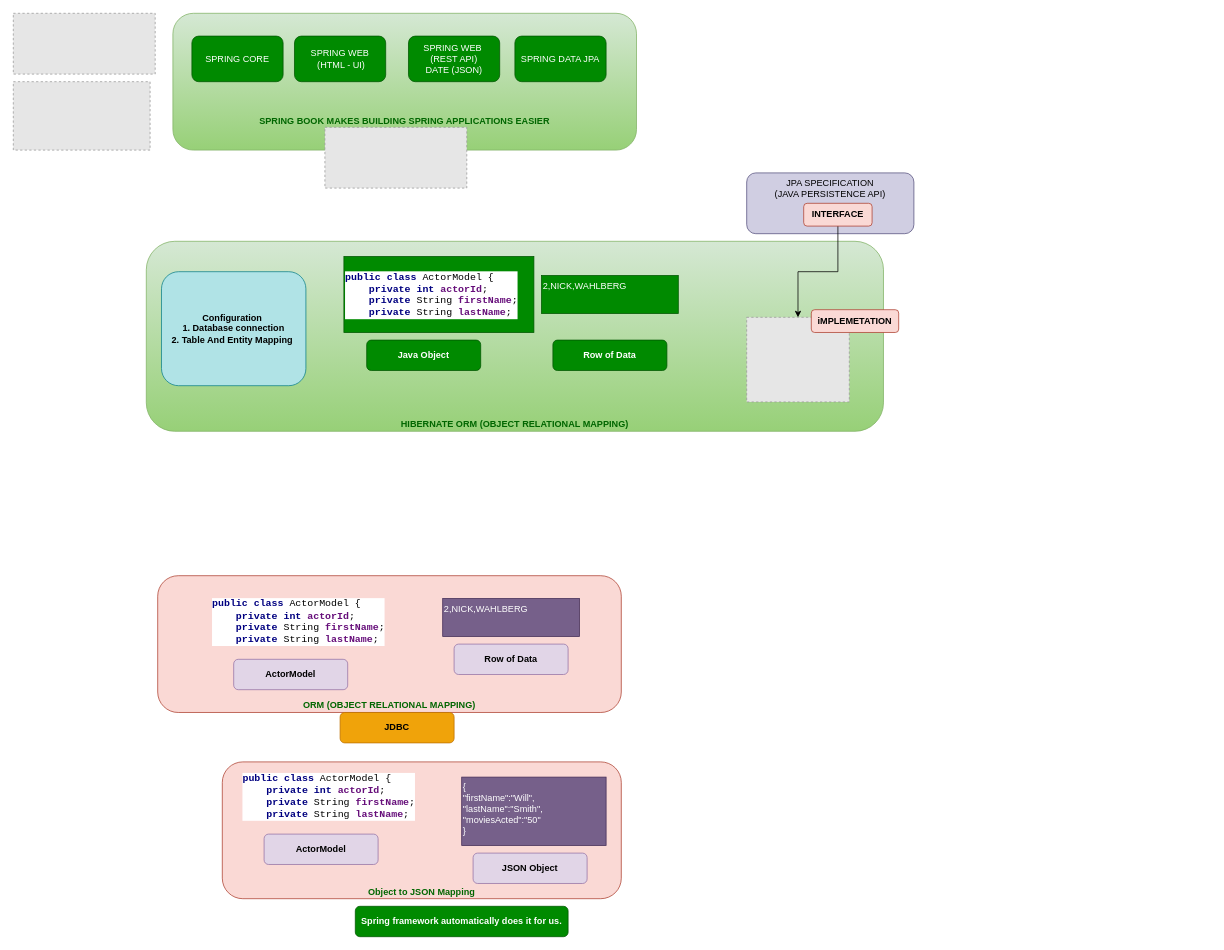
This is page "Spring Hibernate Integration" (11 of 11) of SPRING/spring.drawio from nathub071122/natGIT, a draw.io file, before an edit. Source tidied: cells renumbered, new cells numbered last; positions are measured from the earlier drawing's top-left corner, leaving out a move shared by most shapes. Both pictures are drawn from the tidied source at 76%, with x=0, y=0 at pixel (13, 13). Pictures stored in the file or linked from it are replaced by grey dashed boxes.
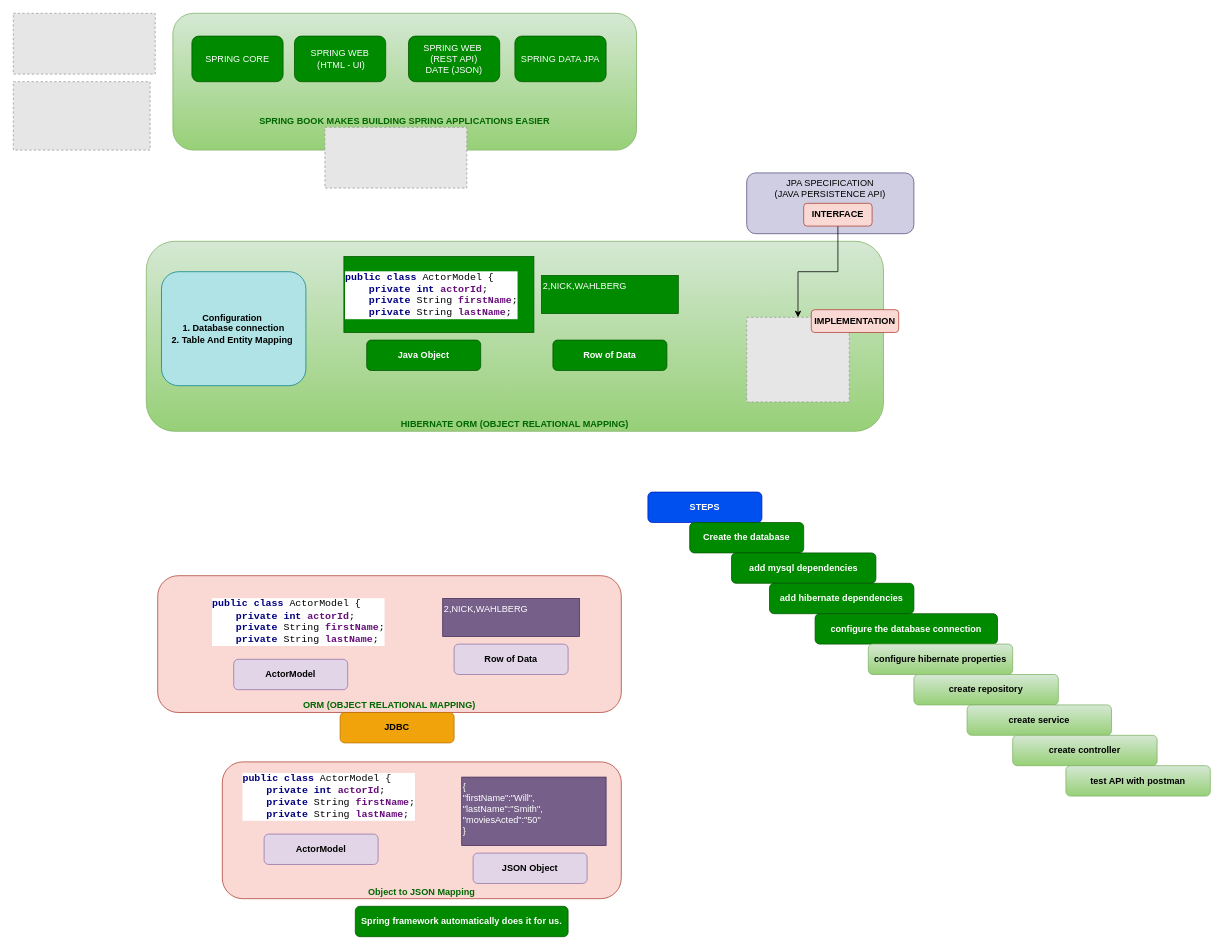
The same page after the edit.

Change to the diagram source:
```diff
@@
-    <mxCell id="32" value="iMPLEMETATION" style="rounded=1;whiteSpace=wrap;html=1;fillColor=#fad9d5;strokeColor=#ae4132;fontStyle=1;verticalAlign=middle;" parent="1" vertex="1">
+    <mxCell id="32" value="IMPLEMENTATION" style="rounded=1;whiteSpace=wrap;html=1;fillColor=#fad9d5;strokeColor=#ae4132;fontStyle=1;verticalAlign=middle;" parent="1" vertex="1">
       <mxGeometry x="1050" y="390" width="115" height="30" as="geometry" />
     </mxCell>
+    <mxCell id="33" value="STEPS" style="rounded=1;whiteSpace=wrap;html=1;fillColor=#0050ef;strokeColor=#001DBC;fontStyle=1;verticalAlign=middle;fontColor=#ffffff;" parent="1" vertex="1">
+      <mxGeometry x="835" y="630" width="150" height="40" as="geometry" />
+    </mxCell>
+    <mxCell id="34" value="Create the database" style="rounded=1;whiteSpace=wrap;html=1;fillColor=#008a00;strokeColor=#005700;fontStyle=1;verticalAlign=middle;fontColor=#ffffff;" parent="1" vertex="1">
+      <mxGeometry x="890" y="670" width="150" height="40" as="geometry" />
+    </mxCell>
+    <mxCell id="35" value="add mysql dependencies" style="rounded=1;whiteSpace=wrap;html=1;fillColor=#008a00;strokeColor=#005700;fontStyle=1;verticalAlign=middle;fontColor=#ffffff;" parent="1" vertex="1">
+      <mxGeometry x="945" y="710" width="190" height="40" as="geometry" />
+    </mxCell>
+    <mxCell id="36" value="add hibernate dependencies" style="rounded=1;whiteSpace=wrap;html=1;fillColor=#008a00;strokeColor=#005700;fontStyle=1;verticalAlign=middle;fontColor=#ffffff;" parent="1" vertex="1">
+      <mxGeometry x="995" y="750" width="190" height="40" as="geometry" />
+    </mxCell>
+    <mxCell id="37" value="configure the database connection" style="rounded=1;whiteSpace=wrap;html=1;fillColor=#008a00;strokeColor=#005700;fontStyle=1;verticalAlign=middle;fontColor=#ffffff;" parent="1" vertex="1">
+      <mxGeometry x="1055" y="790" width="240" height="40" as="geometry" />
+    </mxCell>
+    <mxCell id="38" value="configure hibernate properties" style="rounded=1;whiteSpace=wrap;html=1;fillColor=#d5e8d4;strokeColor=#82b366;fontStyle=1;verticalAlign=middle;gradientColor=#97d077;" parent="1" vertex="1">
+      <mxGeometry x="1125" y="830" width="190" height="40" as="geometry" />
+    </mxCell>
+    <mxCell id="39" value="create repository" style="rounded=1;whiteSpace=wrap;html=1;fillColor=#d5e8d4;strokeColor=#82b366;fontStyle=1;verticalAlign=middle;gradientColor=#97d077;" parent="1" vertex="1">
+      <mxGeometry x="1185" y="870" width="190" height="40" as="geometry" />
+    </mxCell>
+    <mxCell id="40" value="create service" style="rounded=1;whiteSpace=wrap;html=1;fillColor=#d5e8d4;strokeColor=#82b366;fontStyle=1;verticalAlign=middle;gradientColor=#97d077;" parent="1" vertex="1">
+      <mxGeometry x="1255" y="910" width="190" height="40" as="geometry" />
+    </mxCell>
+    <mxCell id="41" value="create controller" style="rounded=1;whiteSpace=wrap;html=1;fillColor=#d5e8d4;strokeColor=#82b366;fontStyle=1;verticalAlign=middle;gradientColor=#97d077;" parent="1" vertex="1">
+      <mxGeometry x="1315" y="950" width="190" height="40" as="geometry" />
+    </mxCell>
+    <mxCell id="42" value="test API with postman" style="rounded=1;whiteSpace=wrap;html=1;fillColor=#d5e8d4;strokeColor=#82b366;fontStyle=1;verticalAlign=middle;gradientColor=#97d077;" parent="1" vertex="1">
+      <mxGeometry x="1385" y="990" width="190" height="40" as="geometry" />
+    </mxCell>
```
